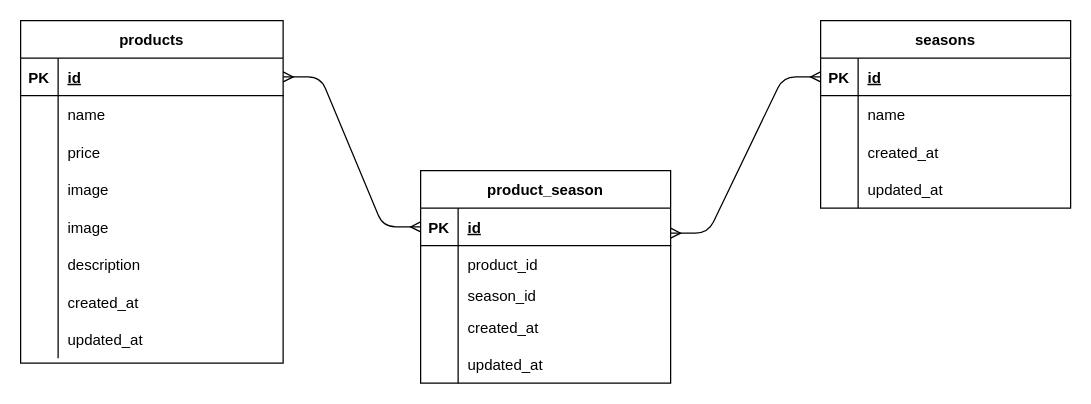
This is ERDiagram.drawio from hiroko4ikeda8/mogitate-laravel, a draw.io file, before an edit. Source tidied: cells renumbered, new cells numbered last; positions are measured from the earlier drawing's top-left corner, leaving out a move shared by most shapes. Both pictures are drawn from the tidied source at 125%, with x=0, y=0 at pixel (20, 20).
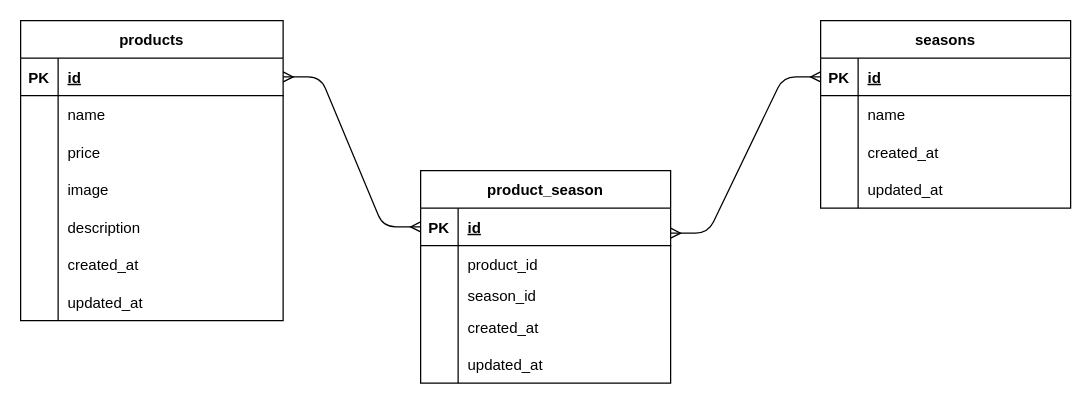
The same page after the edit.

The edit, as a diff of the source:
```diff
@@
     <mxCell id="2" value="products" style="shape=table;startSize=30;childLayout=tableLayout;rowLines=0;fontStyle=1;align=center;" parent="1" vertex="1">
-      <mxGeometry width="210" height="274" as="geometry" />
+      <mxGeometry width="210" height="240" as="geometry" />
     </mxCell>
@@
-    <mxCell id="15" style="shape=tableRow;horizontal=0;startSize=0;swimlaneHead=0;swimlaneBody=0;fillColor=none;top=0;left=0;right=0;bottom=0;" parent="2" vertex="1">
-      <mxGeometry y="150" width="210" height="30" as="geometry" />
-    </mxCell>
-    <mxCell id="16" style="shape=partialRectangle;fillColor=none;top=0;left=0;bottom=0;right=0;overflow=hidden;" parent="15" vertex="1">
-      <mxGeometry width="30" height="30" as="geometry" />
-    </mxCell>
-    <mxCell id="17" value="image" style="shape=partialRectangle;fillColor=none;top=0;left=0;bottom=0;right=0;align=left;spacingLeft=6;overflow=hidden;" parent="15" vertex="1">
-      <mxGeometry x="30" width="180" height="30" as="geometry" />
-    </mxCell>
     <mxCell id="18" style="shape=tableRow;horizontal=0;startSize=0;swimlaneHead=0;swimlaneBody=0;fillColor=none;top=0;left=0;right=0;bottom=0;" parent="2" vertex="1">
-      <mxGeometry y="180" width="210" height="30" as="geometry" />
+      <mxGeometry y="150" width="210" height="30" as="geometry" />
     </mxCell>
@@
     <mxCell id="21" style="shape=tableRow;horizontal=0;startSize=0;swimlaneHead=0;swimlaneBody=0;fillColor=none;top=0;left=0;right=0;bottom=0;" parent="2" vertex="1">
-      <mxGeometry y="210" width="210" height="30" as="geometry" />
+      <mxGeometry y="180" width="210" height="30" as="geometry" />
     </mxCell>
@@
     <mxCell id="24" style="shape=tableRow;horizontal=0;startSize=0;swimlaneHead=0;swimlaneBody=0;fillColor=none;top=0;left=0;right=0;bottom=0;" parent="2" vertex="1">
-      <mxGeometry y="240" width="210" height="30" as="geometry" />
+      <mxGeometry y="210" width="210" height="30" as="geometry" />
     </mxCell>
```
